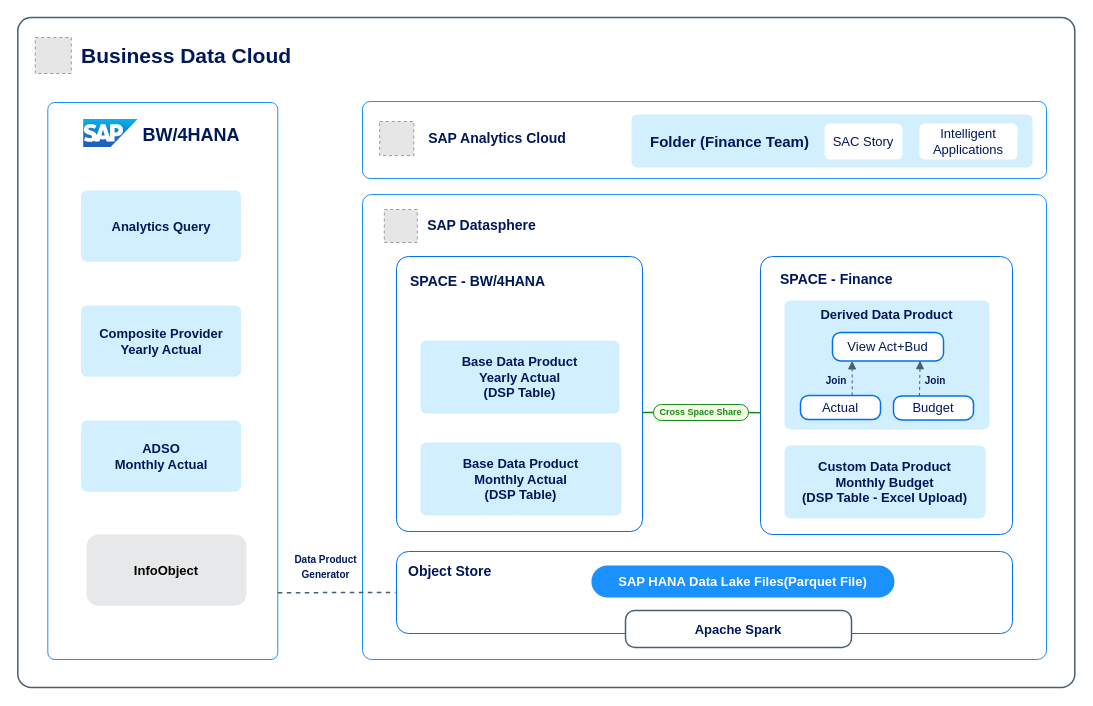
SAP/architecture-center keeps this draw.io diagram as docs/ref-arch/RA0013/4-modernizing-sap-bw-with-sap-bdc/drawio/bw-bdc-detailed.drawio. Above is the earlier version. Source tidied: cells renumbered, new cells numbered last; positions are measured from the earlier drawing's top-left corner, leaving out a move shared by most shapes. Both pictures are drawn from the tidied source at 100%, with x=0, y=0 at pixel (17, 17). Pictures stored in the file or linked from it are replaced by grey dashed boxes.
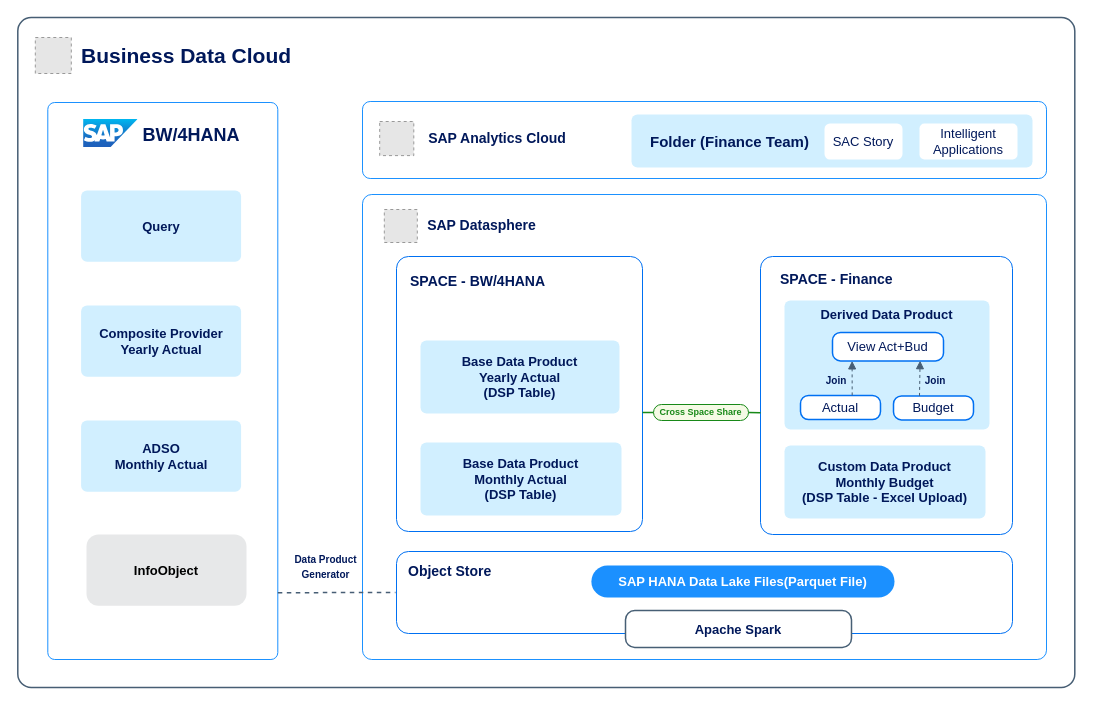
The same page after the edit.

What changed in the source:
```diff
@@
-    <mxCell id="35" value="Analytics Query" style="rounded=1;whiteSpace=wrap;html=1;strokeColor=none;fillColor=#D1EFFF;arcSize=12;absoluteArcSize=1;imageWidth=64;imageHeight=64;strokeWidth=1.5;fontColor=light-dark(#00185A,#CCDDFF);align=center;verticalAlign=middle;fontFamily=Helvetica;fontSize=13;fontStyle=1;gradientColor=none;gradientDirection=south;" parent="1" vertex="1">
+    <mxCell id="35" value="Query" style="rounded=1;whiteSpace=wrap;html=1;strokeColor=none;fillColor=#D1EFFF;arcSize=12;absoluteArcSize=1;imageWidth=64;imageHeight=64;strokeWidth=1.5;fontColor=light-dark(#00185A,#CCDDFF);align=center;verticalAlign=middle;fontFamily=Helvetica;fontSize=13;fontStyle=1;gradientColor=none;gradientDirection=south;" parent="1" vertex="1">
       <mxGeometry x="63.6" y="173" width="160" height="71.2" as="geometry" />
     </mxCell>
```
